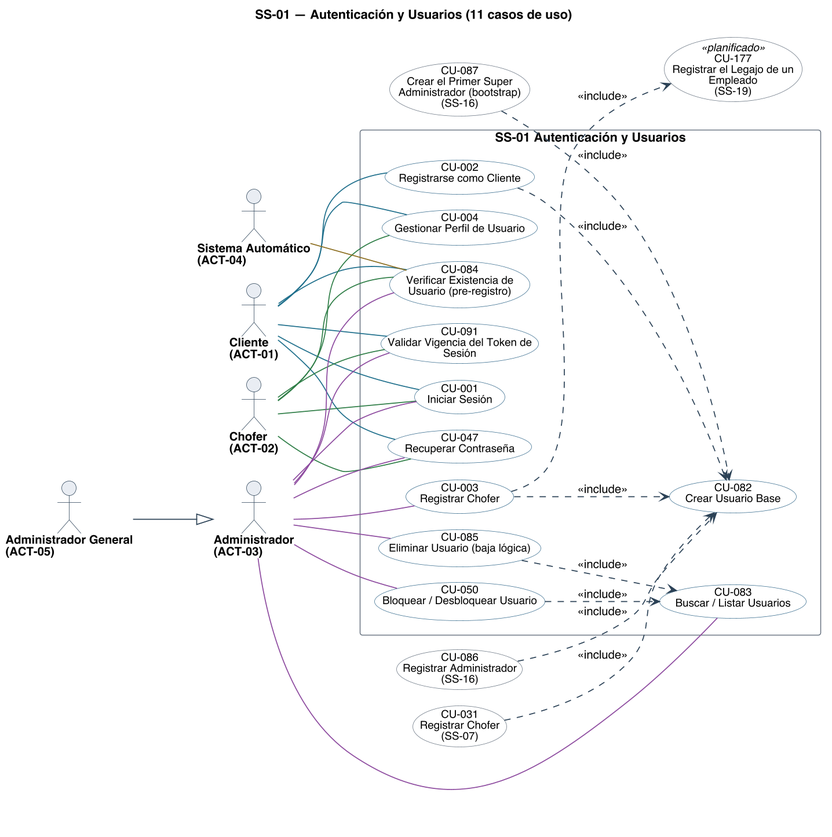
This is diagramas/uml/CU_SS-01_Autenticacion-Y-Usuarios.png from Nahuelito-Dev/splg-docs, a PlantUML export, as it was before one commit.
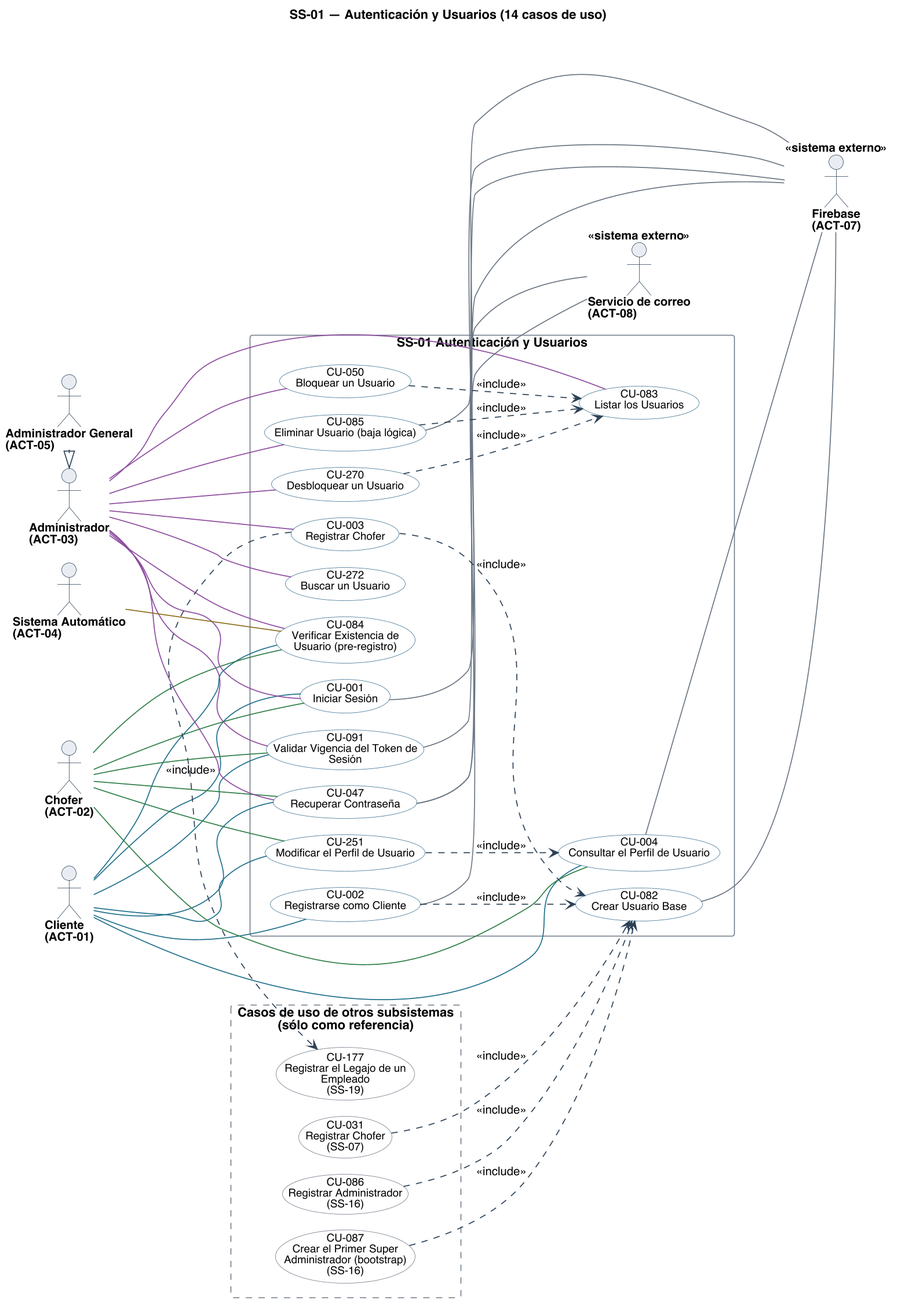
Later version of the same file.

What changed in the source:
```diff
@@ -1,5 +1,5 @@
 @startuml
-title SS-01 — Autenticación y Usuarios (11 casos de uso)
+title SS-01 — Autenticación y Usuarios (14 casos de uso)
 left to right direction
 skinparam backgroundColor #FFFFFF
 skinparam shadowing false
@@ -39,25 +39,32 @@
 actor "Administrador\n(ACT-03)" as A03
 actor "Sistema Automático\n(ACT-04)" as A04
 actor "Administrador General\n(ACT-05)" as A05
+actor "Firebase\n(ACT-07)" as A07 <<sistema externo>>
+actor "Servicio de correo\n(ACT-08)" as A08 <<sistema externo>>
 
 rectangle "SS-01 Autenticación y Usuarios" {
   usecase "CU-001\nIniciar Sesión" as U001 #back:FFFFFF;line:3C6E8F
   usecase "CU-002\nRegistrarse como Cliente" as U002 #back:FFFFFF;line:3C6E8F
   usecase "CU-003\nRegistrar Chofer" as U003 #back:FFFFFF;line:3C6E8F
-  usecase "CU-004\nGestionar Perfil de Usuario" as U004 #back:FFFFFF;line:3C6E8F
+  usecase "CU-004\nConsultar el Perfil de Usuario" as U004 #back:FFFFFF;line:3C6E8F
   usecase "CU-047\nRecuperar Contraseña" as U047 #back:FFFFFF;line:3C6E8F
-  usecase "CU-050\nBloquear / Desbloquear Usuario" as U050 #back:FFFFFF;line:3C6E8F
+  usecase "CU-050\nBloquear un Usuario" as U050 #back:FFFFFF;line:3C6E8F
   usecase "CU-082\nCrear Usuario Base" as U082 #back:FFFFFF;line:3C6E8F
-  usecase "CU-083\nBuscar / Listar Usuarios" as U083 #back:FFFFFF;line:3C6E8F
+  usecase "CU-083\nListar los Usuarios" as U083 #back:FFFFFF;line:3C6E8F
   usecase "CU-084\nVerificar Existencia de\nUsuario (pre-registro)" as U084 #back:FFFFFF;line:3C6E8F
   usecase "CU-085\nEliminar Usuario (baja lógica)" as U085 #back:FFFFFF;line:3C6E8F
   usecase "CU-091\nValidar Vigencia del Token de\nSesión" as U091 #back:FFFFFF;line:3C6E8F
+  usecase "CU-251\nModificar el Perfil de Usuario" as U251 #back:FFFFFF;line:3C6E8F
+  usecase "CU-270\nDesbloquear un Usuario" as U270 #back:FFFFFF;line:3C6E8F
+  usecase "CU-272\nBuscar un Usuario" as U272 #back:FFFFFF;line:3C6E8F
 }
 
-usecase "CU-031\nRegistrar Chofer\n(SS-07)" as U031 #back:FFFFFF;line:6B7683
-usecase "CU-086\nRegistrar Administrador\n(SS-16)" as U086 #back:FFFFFF;line:6B7683
-usecase "CU-087\nCrear el Primer Super\nAdministrador (bootstrap)\n(SS-16)" as U087 #back:FFFFFF;line:6B7683
-usecase "CU-177\nRegistrar el Legajo de un\nEmpleado\n(SS-19)" as U177 <<planificado>> #back:FFFFFF;line:6B7683
+rectangle "Casos de uso de otros subsistemas\n(sólo como referencia)" as OTROS #back:FFFFFF;line:6B7683;line.dashed {
+  usecase "CU-031\nRegistrar Chofer\n(SS-07)" as U031 #back:FFFFFF;line:6B7683
+  usecase "CU-086\nRegistrar Administrador\n(SS-16)" as U086 #back:FFFFFF;line:6B7683
+  usecase "CU-087\nCrear el Primer Super\nAdministrador (bootstrap)\n(SS-16)" as U087 #back:FFFFFF;line:6B7683
+  usecase "CU-177\nRegistrar el Legajo de un\nEmpleado\n(SS-19)" as U177 #back:FFFFFF;line:6B7683
+}
 
 A01 -[#1F6F8B]- U001
 A01 -[#1F6F8B]- U002
@@ -65,11 +72,13 @@
 A01 -[#1F6F8B]- U047
 A01 -[#1F6F8B]- U084
 A01 -[#1F6F8B]- U091
+A01 -[#1F6F8B]- U251
 A02 -[#2E7D46]- U001
 A02 -[#2E7D46]- U004
 A02 -[#2E7D46]- U047
 A02 -[#2E7D46]- U084
 A02 -[#2E7D46]- U091
+A02 -[#2E7D46]- U251
 A03 -[#8C4A9E]- U001
 A03 -[#8C4A9E]- U003
 A03 -[#8C4A9E]- U047
@@ -78,13 +87,25 @@
 A03 -[#8C4A9E]- U084
 A03 -[#8C4A9E]- U085
 A03 -[#8C4A9E]- U091
+A03 -[#8C4A9E]- U270
+A03 -[#8C4A9E]- U272
 A04 -[#8A6D1F]- U084
-A05 --|> A03
+U001 -[#6B7683]- A07
+U004 -[#6B7683]- A07
+U047 -[#6B7683]- A07
+U082 -[#6B7683]- A07
+U085 -[#6B7683]- A07
+U091 -[#6B7683]- A07
+U002 -[#6B7683]- A08
+U047 -[#6B7683]- A08
+A05 -right-|> A03
 
 U002 ..> U082 : <<include>>
 U003 ..> U082 : <<include>>
 U050 ..> U083 : <<include>>
 U085 ..> U083 : <<include>>
+U270 ..> U083 : <<include>>
+U251 ..> U004 : <<include>>
 U003 ..> U177 : <<include>>
 U031 ..> U082 : <<include>>
 U086 ..> U082 : <<include>>
```
